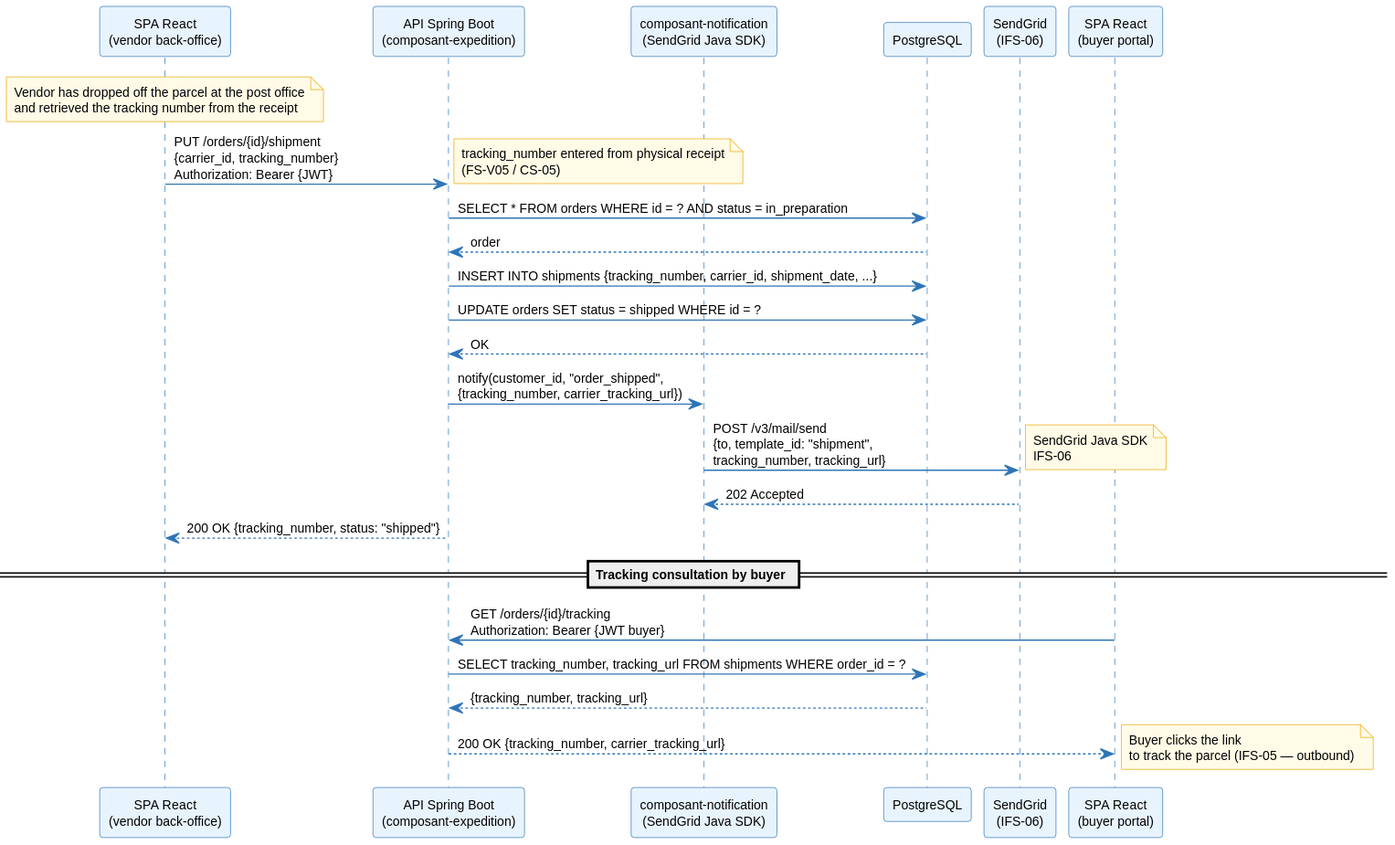
This is architecture/04-physical-architecture/diagrams/pa-sequence-expedition.svg from louistalvande/online_shop, a PlantUML export, as it was before one commit.
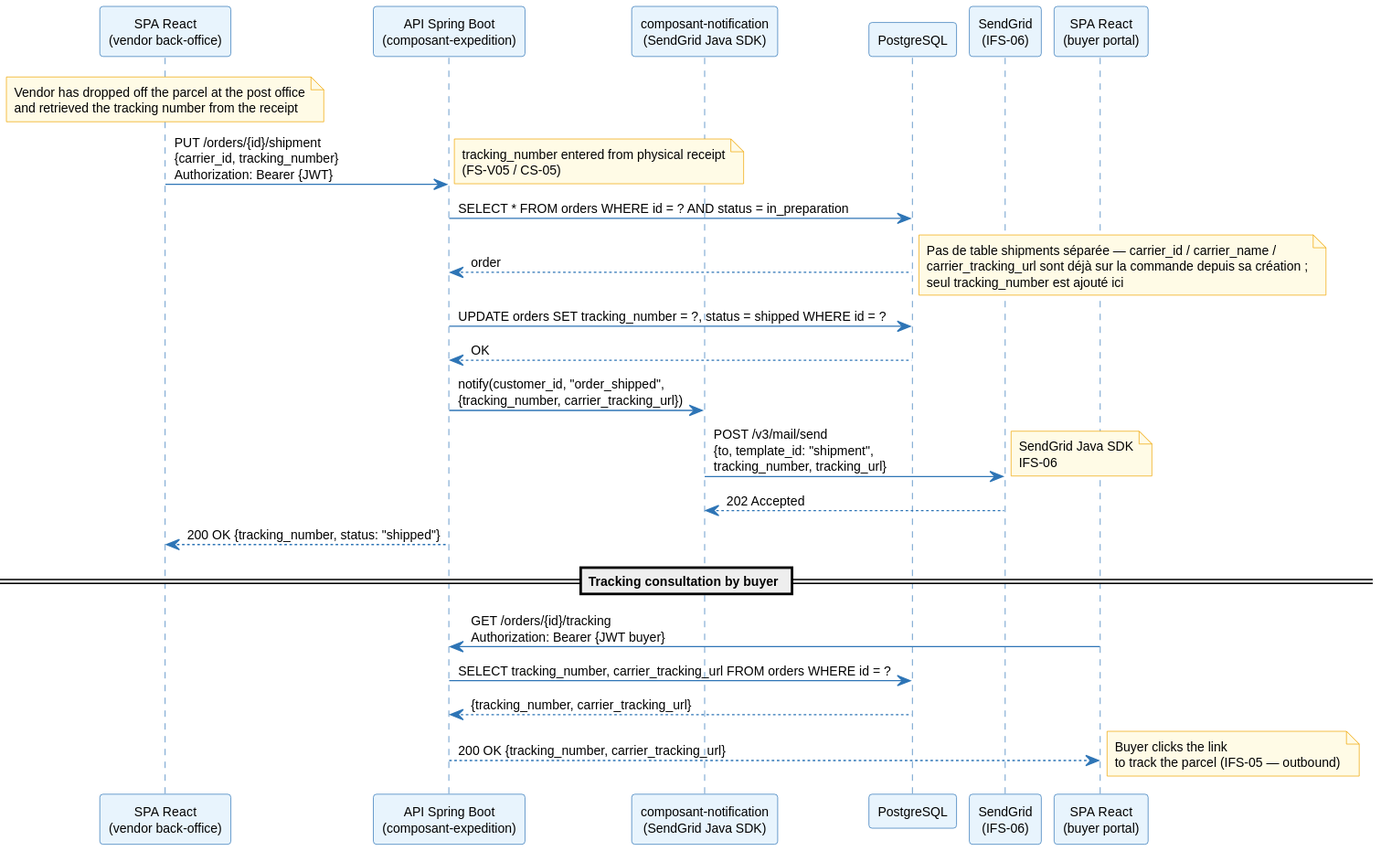
The same file after the commit.

Change to the diagram source:
```diff
@@ -21,8 +21,8 @@
 API -> PG : SELECT * FROM orders WHERE id = ? AND status = in_preparation
 PG --> API : order
 
-API -> PG : INSERT INTO shipments {tracking_number, carrier_id, shipment_date, ...}
-API -> PG : UPDATE orders SET status = shipped WHERE id = ?
+note right : Pas de table shipments séparée — carrier_id / carrier_name /\ncarrier_tracking_url sont déjà sur la commande depuis sa création ;\nseul tracking_number est ajouté ici
+API -> PG : UPDATE orders SET tracking_number = ?, status = shipped WHERE id = ?
 PG --> API : OK
 
 API -> NotifMod : notify(customer_id, "order_shipped",\n{tracking_number, carrier_tracking_url})
@@ -35,8 +35,8 @@
 == Tracking consultation by buyer ==
 participant "SPA React\n(buyer portal)" as SPABuyer
 SPABuyer -> API : GET /orders/{id}/tracking\nAuthorization: Bearer {JWT buyer}
-API -> PG : SELECT tracking_number, tracking_url FROM shipments WHERE order_id = ?
-PG --> API : {tracking_number, tracking_url}
+API -> PG : SELECT tracking_number, carrier_tracking_url FROM orders WHERE id = ?
+PG --> API : {tracking_number, carrier_tracking_url}
 API --> SPABuyer : 200 OK {tracking_number, carrier_tracking_url}
 note right : Buyer clicks the link\nto track the parcel (IFS-05 — outbound)
 @enduml
```
